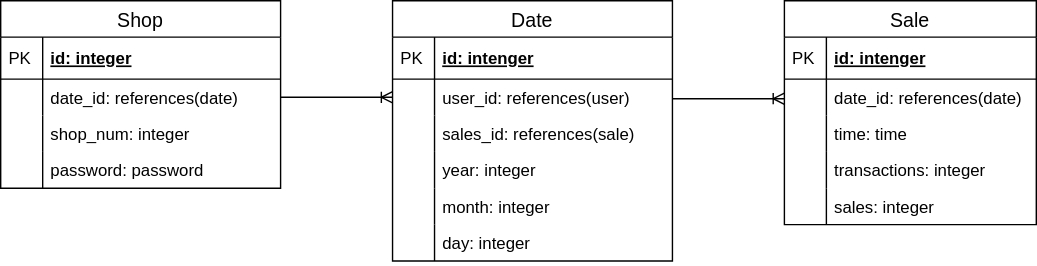
This is sales.drawio.svg from Sugarless-sato-less/sales_manegement, a draw.io export, as it was before one commit. Source tidied: cells renumbered, new cells last; positions are measured from the earlier drawing's top-left corner, leaving out a move shared by most shapes.
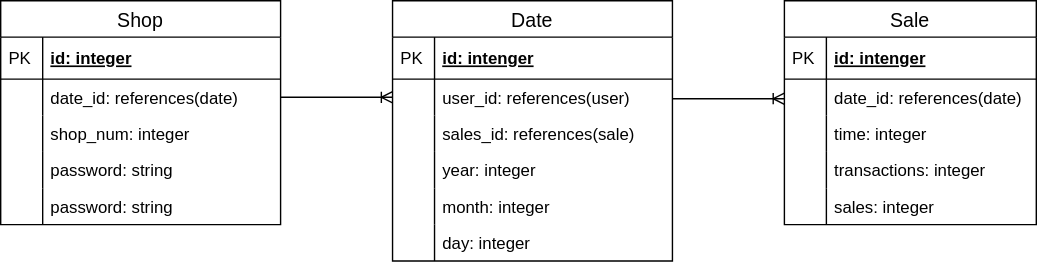
Later version of the same file.

Change to the diagram source:
```diff
@@ -17,7 +17,7 @@
     <mxCell id="6" style="shape=partialRectangle;top=0;left=0;bottom=0;fillColor=none;align=left;verticalAlign=top;spacingLeft=4;spacingRight=4;overflow=hidden;fontSize=12;" parent="5" vertex="1">
       <mxGeometry width="30" height="26" as="geometry" />
     </mxCell>
-    <mxCell id="7" value="time: time" style="shape=partialRectangle;top=0;left=0;right=0;bottom=0;align=left;verticalAlign=top;fillColor=none;spacingLeft=34;spacingRight=4;overflow=hidden;fontSize=12;" parent="2" vertex="1">
+    <mxCell id="7" value="time: integer" style="shape=partialRectangle;top=0;left=0;right=0;bottom=0;align=left;verticalAlign=top;fillColor=none;spacingLeft=34;spacingRight=4;overflow=hidden;fontSize=12;" parent="2" vertex="1">
       <mxGeometry y="82" width="180" height="26" as="geometry" />
     </mxCell>
     <mxCell id="8" style="shape=partialRectangle;top=0;left=0;bottom=0;fillColor=none;align=left;verticalAlign=top;spacingLeft=4;spacingRight=4;overflow=hidden;fontSize=12;" parent="7" vertex="1">
@@ -78,7 +78,7 @@
       <mxGeometry width="30" height="26" as="geometry" />
     </mxCell>
     <mxCell id="27" value="Shop" style="swimlane;fontStyle=0;horizontal=1;startSize=26;align=center;fontSize=14;" parent="1" vertex="1">
-      <mxGeometry width="200" height="134" as="geometry" />
+      <mxGeometry width="200" height="160" as="geometry" />
     </mxCell>
     <mxCell id="28" value="id: integer" style="shape=partialRectangle;top=0;left=0;right=0;bottom=1;align=left;verticalAlign=middle;fillColor=none;spacingLeft=34;spacingRight=4;overflow=hidden;fontStyle=5;fontSize=12;" parent="27" vertex="1">
       <mxGeometry y="26" width="200" height="30" as="geometry" />
@@ -98,8 +98,14 @@
     <mxCell id="33" style="shape=partialRectangle;top=0;left=0;bottom=0;fillColor=none;align=left;verticalAlign=top;spacingLeft=4;spacingRight=4;overflow=hidden;fontSize=12;" parent="32" vertex="1">
       <mxGeometry width="30" height="26" as="geometry" />
     </mxCell>
+    <mxCell id="37" value="password: string" style="shape=partialRectangle;top=0;left=0;right=0;bottom=0;align=left;verticalAlign=top;fillColor=none;spacingLeft=34;spacingRight=4;overflow=hidden;fontSize=12;" parent="27" vertex="1">
+      <mxGeometry y="108" width="200" height="26" as="geometry" />
+    </mxCell>
+    <mxCell id="38" style="shape=partialRectangle;top=0;left=0;bottom=0;fillColor=none;align=left;verticalAlign=top;spacingLeft=4;spacingRight=4;overflow=hidden;fontSize=12;" parent="37" vertex="1">
+      <mxGeometry width="30" height="26" as="geometry" />
+    </mxCell>
-    <mxCell id="34" value="password: password" style="shape=partialRectangle;top=0;left=0;right=0;bottom=0;align=left;verticalAlign=top;fillColor=none;spacingLeft=34;spacingRight=4;overflow=hidden;fontSize=12;" parent="27" vertex="1">
-      <mxGeometry y="108" width="200" height="26" as="geometry" />
+    <mxCell id="34" value="password: string" style="shape=partialRectangle;top=0;left=0;right=0;bottom=0;align=left;verticalAlign=top;fillColor=none;spacingLeft=34;spacingRight=4;overflow=hidden;fontSize=12;" parent="27" vertex="1">
+      <mxGeometry y="134" width="200" height="26" as="geometry" />
     </mxCell>
     <mxCell id="35" style="shape=partialRectangle;top=0;left=0;bottom=0;fillColor=none;align=left;verticalAlign=top;spacingLeft=4;spacingRight=4;overflow=hidden;fontSize=12;" parent="34" vertex="1">
       <mxGeometry width="30" height="26" as="geometry" />
```
